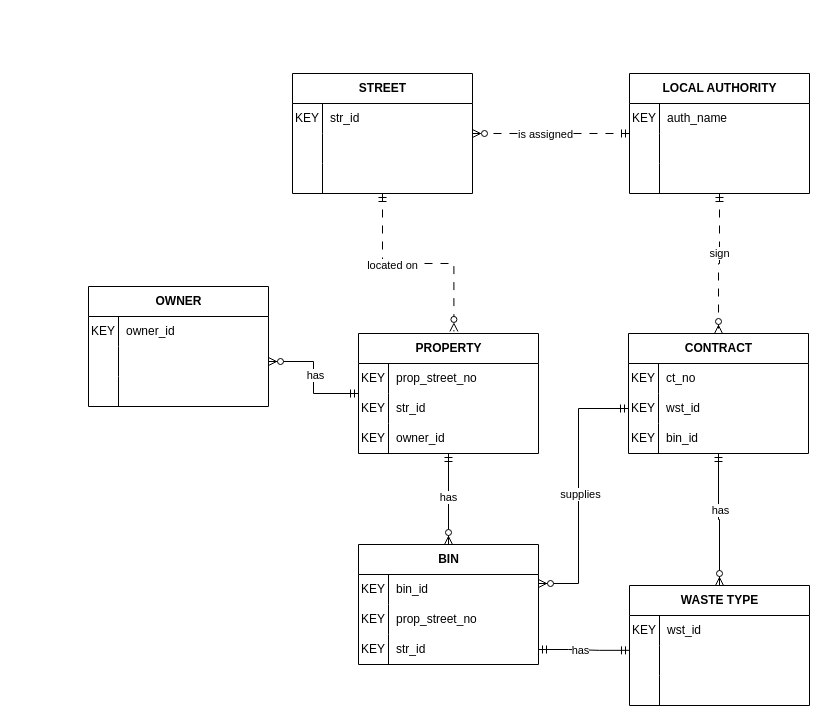
aanv0002/bigrig-movers-sql-database keeps this draw.io diagram as page "Relationships" (2 of 3) of Assignments/Ass1/ca_conceptual.drawio. Above is the earlier version. Source tidied: cells renumbered, new cells numbered last; positions are measured from the earlier drawing's top-left corner, leaving out a move shared by most shapes. Both pictures are drawn from the tidied source at 100%, with x=0, y=0 at pixel (88, 73).
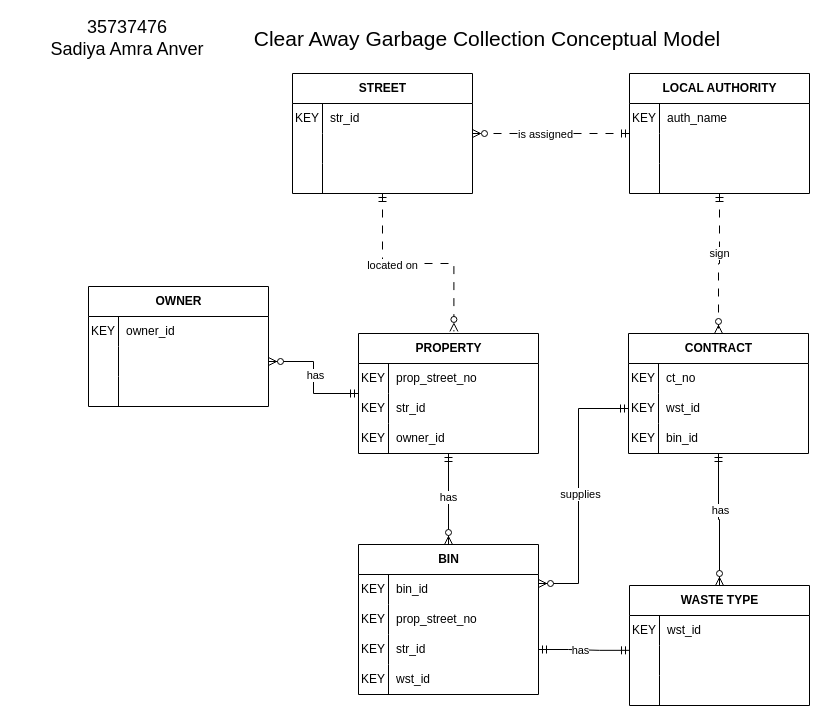
The same page after the edit.

Commit message (it also covers changes not shown here):
Added name, student id and heading to Model, added missing key attrubute to BIN - waste type id.

What changed in the source:
```diff
@@
     <mxCell id="42" value="BIN" style="shape=table;startSize=30;childLayout=tableLayout;rowLines=0;fontStyle=1;align=center;html=1;" parent="1" vertex="1">
-      <mxGeometry x="270" y="471" width="180" height="120" as="geometry" />
+      <mxGeometry x="270" y="471" width="180" height="150" as="geometry" />
     </mxCell>
@@
+    <mxCell id="88" style="shape=tableRow;horizontal=0;startSize=0;swimlaneHead=0;swimlaneBody=0;fillColor=none;top=0;left=0;right=0;bottom=0;" parent="42" vertex="1">
+      <mxGeometry y="120" width="180" height="30" as="geometry" />
+    </mxCell>
+    <mxCell id="89" value="KEY" style="shape=partialRectangle;fillColor=none;top=0;left=0;bottom=0;right=0;overflow=hidden;whiteSpace=wrap;html=1;" parent="88" vertex="1">
+      <mxGeometry width="30" height="30" as="geometry" />
+    </mxCell>
+    <mxCell id="90" value="wst_id" style="shape=partialRectangle;fillColor=none;top=0;left=0;bottom=0;right=0;align=left;spacingLeft=6;overflow=hidden;whiteSpace=wrap;html=1;" parent="88" vertex="1">
+      <mxGeometry x="30" width="150" height="30" as="geometry" />
+    </mxCell>
@@
+    <mxCell id="91" value="35737476&lt;div&gt;Sadiya Amra Anver&lt;/div&gt;" style="text;html=1;whiteSpace=wrap;strokeColor=none;fillColor=none;align=center;verticalAlign=middle;rounded=0;fontSize=18;" parent="1" vertex="1">
+      <mxGeometry x="-71" y="-50" width="220" height="30" as="geometry" />
+    </mxCell>
+    <mxCell id="92" value="Clear Away Garbage Collection Conceptual Model" style="text;html=1;whiteSpace=wrap;strokeColor=none;fillColor=none;align=center;verticalAlign=middle;rounded=0;fontSize=21;" parent="1" vertex="1">
+      <mxGeometry x="139" y="-50" width="520" height="30" as="geometry" />
+    </mxCell>
```
